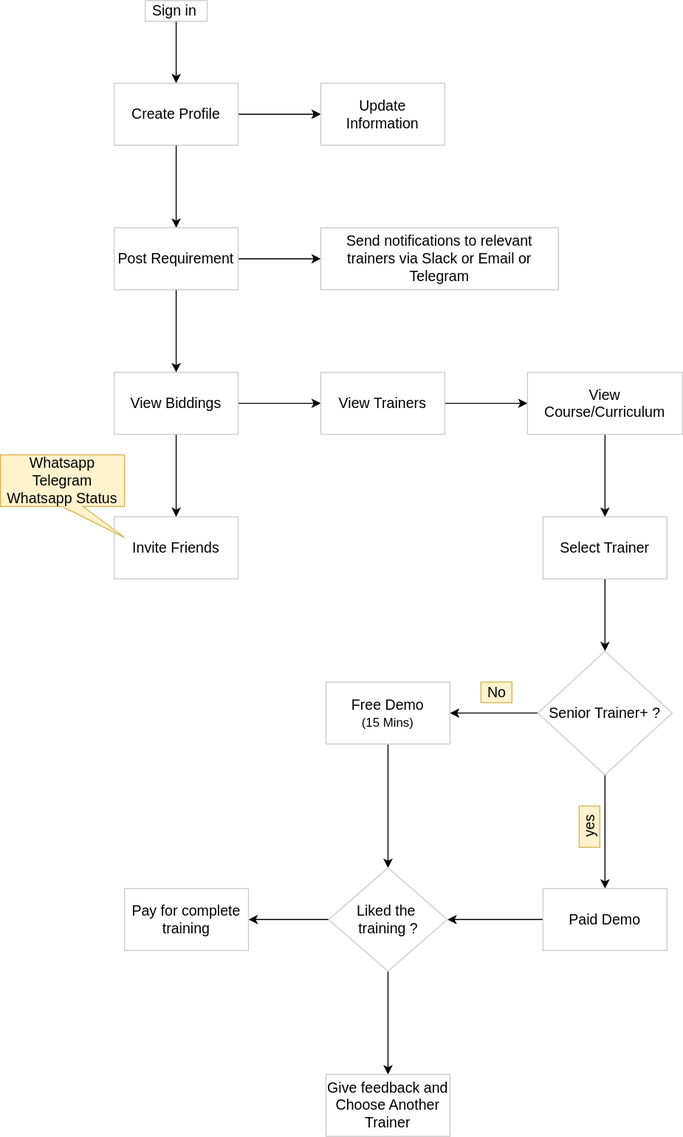
The draw.io diagram sample.drawio.svg in Arunideas/draw.io, before a commit. Source tidied: cells renumbered, new cells last; positions are measured from the earlier drawing's top-left corner, leaving out a move shared by most shapes.
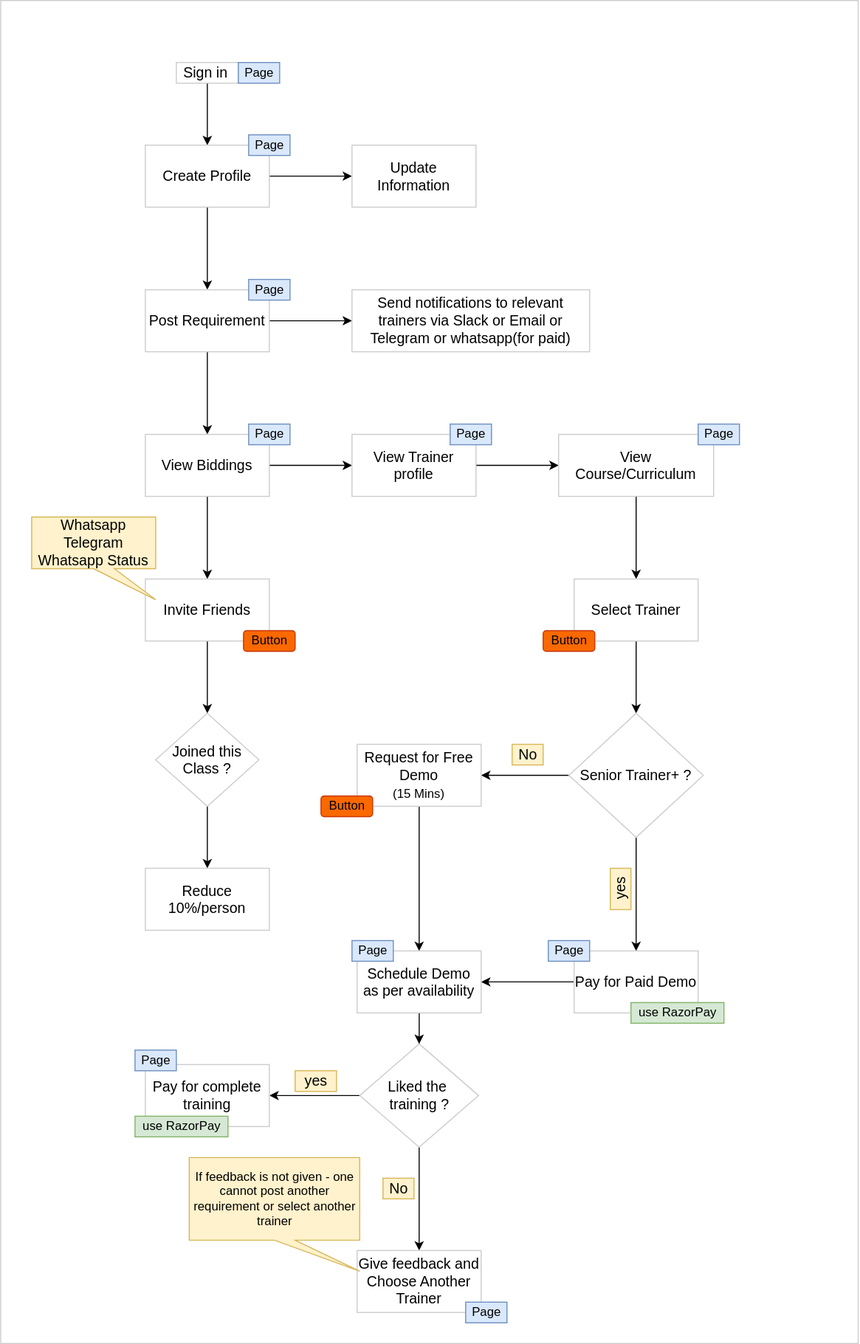
Later version of the same file.

What changed in the source:
```diff
@@ -2,6 +2,9 @@
   <root>
     <mxCell id="0" />
     <mxCell id="1" parent="0" />
+    <mxCell id="37" value="aas" style="rounded=0;whiteSpace=wrap;html=1;fontSize=12;strokeColor=#CCCCCC;noLabel=1;" parent="1" vertex="1">
+      <mxGeometry x="-30" y="-60" width="830" height="1300" as="geometry" />
+    </mxCell>
     <mxCell id="2" style="edgeStyle=orthogonalEdgeStyle;rounded=0;jettySize=auto;html=1;fontSize=14;" parent="1" edge="1" source="3" target="6">
       <mxGeometry relative="1" as="geometry" />
     </mxCell>
@@ -29,7 +32,7 @@
     <mxCell id="10" value="Update Information" style="whiteSpace=wrap;html=1;fontSize=14;fillColor=none;strokeColor=#CCCCCC;gradientColor=none;" parent="1" vertex="1">
       <mxGeometry x="310" y="80" width="120" height="60" as="geometry" />
     </mxCell>
-    <mxCell id="11" value="Send notifications to relevant trainers via Slack or Email or Telegram" style="whiteSpace=wrap;html=1;fontSize=14;fillColor=none;strokeColor=#CCCCCC;gradientColor=none;" parent="1" vertex="1">
+    <mxCell id="11" value="Send notifications to relevant trainers via Slack or Email or Telegram or whatsapp(for paid)" style="whiteSpace=wrap;html=1;fontSize=14;fillColor=none;strokeColor=#CCCCCC;gradientColor=none;" parent="1" vertex="1">
       <mxGeometry x="310" y="220" width="230" height="60" as="geometry" />
     </mxCell>
     <mxCell id="12" style="edgeStyle=orthogonalEdgeStyle;rounded=0;jettySize=auto;html=1;fontSize=14;" parent="1" edge="1" source="14" target="16">
@@ -44,7 +47,7 @@
     <mxCell id="15" style="edgeStyle=orthogonalEdgeStyle;rounded=0;jettySize=auto;html=1;fontSize=14;" parent="1" edge="1" source="16" target="18">
       <mxGeometry relative="1" as="geometry" />
     </mxCell>
-    <mxCell id="16" value="View Trainers" style="whiteSpace=wrap;html=1;fontSize=14;fillColor=none;strokeColor=#CCCCCC;gradientColor=none;" parent="1" vertex="1">
+    <mxCell id="16" value="View Trainer profile" style="whiteSpace=wrap;html=1;fontSize=14;fillColor=none;strokeColor=#CCCCCC;gradientColor=none;" parent="1" vertex="1">
       <mxGeometry x="310" y="360" width="120" height="60" as="geometry" />
     </mxCell>
     <mxCell id="17" style="edgeStyle=orthogonalEdgeStyle;rounded=0;jettySize=auto;html=1;fontSize=14;" parent="1" edge="1" source="18" target="20">
@@ -59,6 +62,9 @@
     <mxCell id="20" value="Select Trainer" style="whiteSpace=wrap;html=1;fontSize=14;fillColor=none;strokeColor=#CCCCCC;gradientColor=none;" parent="1" vertex="1">
       <mxGeometry x="525" y="500" width="120" height="60" as="geometry" />
     </mxCell>
+    <mxCell id="38" style="edgeStyle=orthogonalEdgeStyle;rounded=0;jettySize=auto;html=1;fontSize=12;" parent="1" edge="1" source="21" target="43">
+      <mxGeometry relative="1" as="geometry" />
+    </mxCell>
     <mxCell id="21" value="Invite Friends" style="whiteSpace=wrap;html=1;fontSize=14;fillColor=none;strokeColor=#CCCCCC;gradientColor=none;" parent="1" vertex="1">
       <mxGeometry x="110" y="500" width="120" height="60" as="geometry" />
     </mxCell>
@@ -74,19 +80,19 @@
     <mxCell id="25" value="Senior Trainer+ ?" style="rhombus;whiteSpace=wrap;html=1;fontSize=14;fillColor=none;strokeColor=#CCCCCC;gradientColor=none;" parent="1" vertex="1">
       <mxGeometry x="520" y="630" width="130" height="120" as="geometry" />
     </mxCell>
-    <mxCell id="26" style="edgeStyle=orthogonalEdgeStyle;rounded=0;jettySize=auto;html=1;fontSize=12;" parent="1" edge="1" source="27" target="34">
-      <mxGeometry relative="1" as="geometry" />
-    </mxCell>
+    <mxCell id="39" style="edgeStyle=orthogonalEdgeStyle;rounded=0;jettySize=auto;html=1;fontSize=12;" parent="1" edge="1" source="27" target="55">
+      <mxGeometry relative="1" as="geometry" />
+    </mxCell>
-    <mxCell id="27" value="Free Demo &lt;br&gt;&lt;font style=&quot;font-size: 12px;&quot;&gt;(15 Mins)&lt;/font&gt;" style="whiteSpace=wrap;html=1;fontSize=14;fillColor=none;strokeColor=#CCCCCC;gradientColor=none;" parent="1" vertex="1">
+    <mxCell id="27" value="Request for Free Demo &lt;br&gt;&lt;font style=&quot;font-size: 12px;&quot;&gt;(15 Mins)&lt;/font&gt;" style="whiteSpace=wrap;html=1;fontSize=14;fillColor=none;strokeColor=#CCCCCC;gradientColor=none;" parent="1" vertex="1">
       <mxGeometry x="315" y="660" width="120" height="60" as="geometry" />
     </mxCell>
     <mxCell id="28" value="No" style="text;html=1;align=center;verticalAlign=middle;strokeColor=#d6b656;fillColor=#fff2cc;fontSize=14;" parent="1" vertex="1">
       <mxGeometry x="465" y="660" width="30" height="20" as="geometry" />
     </mxCell>
-    <mxCell id="29" style="edgeStyle=orthogonalEdgeStyle;rounded=0;jettySize=auto;html=1;fontSize=12;" parent="1" edge="1" source="30" target="34">
-      <mxGeometry relative="1" as="geometry" />
-    </mxCell>
+    <mxCell id="40" style="edgeStyle=orthogonalEdgeStyle;rounded=0;jettySize=auto;html=1;entryX=1;entryY=0.5;entryDx=0;entryDy=0;fontSize=12;" parent="1" edge="1" source="30" target="55">
+      <mxGeometry relative="1" as="geometry" />
+    </mxCell>
-    <mxCell id="30" value="Paid Demo" style="whiteSpace=wrap;html=1;fontSize=14;fillColor=none;strokeColor=#CCCCCC;gradientColor=none;" parent="1" vertex="1">
+    <mxCell id="30" value="Pay for Paid Demo" style="whiteSpace=wrap;html=1;fontSize=14;fillColor=none;strokeColor=#CCCCCC;gradientColor=none;" parent="1" vertex="1">
       <mxGeometry x="525" y="860" width="120" height="60" as="geometry" />
     </mxCell>
     <mxCell id="31" value="yes" style="text;html=1;align=center;verticalAlign=middle;strokeColor=#d6b656;fillColor=#fff2cc;fontSize=14;rotation=-90;" parent="1" vertex="1">
@@ -99,13 +105,82 @@
       <mxGeometry relative="1" as="geometry" />
     </mxCell>
     <mxCell id="34" value="Liked the&amp;nbsp;&lt;br&gt;training ?" style="rhombus;whiteSpace=wrap;html=1;fontSize=14;fillColor=none;strokeColor=#CCCCCC;gradientColor=none;" parent="1" vertex="1">
-      <mxGeometry x="317.5" y="840" width="115" height="100" as="geometry" />
+      <mxGeometry x="317.5" y="950" width="115" height="100" as="geometry" />
     </mxCell>
     <mxCell id="35" value="Pay for complete training" style="whiteSpace=wrap;html=1;fontSize=14;fillColor=none;strokeColor=#CCCCCC;gradientColor=none;" parent="1" vertex="1">
-      <mxGeometry x="120" y="860" width="120" height="60" as="geometry" />
+      <mxGeometry x="110" y="970" width="120" height="60" as="geometry" />
     </mxCell>
     <mxCell id="36" value="Give feedback and Choose Another Trainer" style="whiteSpace=wrap;html=1;fontSize=14;fillColor=none;strokeColor=#CCCCCC;gradientColor=none;" parent="1" vertex="1">
-      <mxGeometry x="315" y="1040" width="120" height="60" as="geometry" />
+      <mxGeometry x="315" y="1150" width="120" height="60" as="geometry" />
     </mxCell>
+    <mxCell id="41" value="If feedback is not given - one cannot post another requirement or select another trainer" style="shape=callout;whiteSpace=wrap;html=1;perimeter=calloutPerimeter;fontSize=12;strokeColor=#d6b656;position2=1;fillColor=#fff2cc;" parent="1" vertex="1">
+      <mxGeometry x="152.5" y="1060" width="165" height="110" as="geometry" />
+    </mxCell>
+    <mxCell id="42" style="edgeStyle=orthogonalEdgeStyle;rounded=0;jettySize=auto;html=1;fontSize=12;" parent="1" edge="1" source="43" target="44">
+      <mxGeometry relative="1" as="geometry" />
+    </mxCell>
+    <mxCell id="43" value="Joined this Class ?" style="rhombus;whiteSpace=wrap;html=1;fontSize=14;fillColor=none;strokeColor=#CCCCCC;gradientColor=none;" parent="1" vertex="1">
+      <mxGeometry x="120" y="630" width="100" height="90" as="geometry" />
+    </mxCell>
+    <mxCell id="44" value="Reduce 10%/person" style="whiteSpace=wrap;html=1;fontSize=14;fillColor=none;strokeColor=#CCCCCC;gradientColor=none;" parent="1" vertex="1">
+      <mxGeometry x="110" y="780" width="120" height="60" as="geometry" />
+    </mxCell>
+    <mxCell id="45" value="Page" style="text;html=1;align=center;verticalAlign=middle;strokeColor=#6c8ebf;fillColor=#dae8fc;fontSize=12;" parent="1" vertex="1">
+      <mxGeometry x="210" y="350" width="40" height="20" as="geometry" />
+    </mxCell>
+    <mxCell id="46" value="Page" style="text;html=1;align=center;verticalAlign=middle;strokeColor=#6c8ebf;fillColor=#dae8fc;fontSize=12;" parent="1" vertex="1">
+      <mxGeometry x="210" y="210" width="40" height="20" as="geometry" />
+    </mxCell>
+    <mxCell id="47" value="Page" style="text;html=1;align=center;verticalAlign=middle;strokeColor=#6c8ebf;fillColor=#dae8fc;fontSize=12;" parent="1" vertex="1">
+      <mxGeometry x="210" y="70" width="40" height="20" as="geometry" />
+    </mxCell>
+    <mxCell id="48" value="Page" style="text;html=1;align=center;verticalAlign=middle;strokeColor=#6c8ebf;fillColor=#dae8fc;fontSize=12;" parent="1" vertex="1">
+      <mxGeometry x="200" width="40" height="20" as="geometry" />
+    </mxCell>
+    <mxCell id="49" value="Page" style="text;html=1;align=center;verticalAlign=middle;strokeColor=#6c8ebf;fillColor=#dae8fc;fontSize=12;" parent="1" vertex="1">
+      <mxGeometry x="645" y="350" width="40" height="20" as="geometry" />
+    </mxCell>
+    <mxCell id="50" value="Page" style="text;html=1;align=center;verticalAlign=middle;strokeColor=#6c8ebf;fillColor=#dae8fc;fontSize=12;" parent="1" vertex="1">
+      <mxGeometry x="405" y="350" width="40" height="20" as="geometry" />
+    </mxCell>
+    <mxCell id="51" value="Button" style="text;html=1;align=center;verticalAlign=middle;strokeColor=#C73500;fillColor=#fa6800;fontSize=12;rounded=1;fontColor=#000000;" parent="1" vertex="1">
+      <mxGeometry x="495" y="550" width="50" height="20" as="geometry" />
+    </mxCell>
+    <mxCell id="52" value="Button" style="text;html=1;align=center;verticalAlign=middle;strokeColor=#C73500;fillColor=#fa6800;fontSize=12;rounded=1;fontColor=#000000;" parent="1" vertex="1">
+      <mxGeometry x="205" y="550" width="50" height="20" as="geometry" />
+    </mxCell>
+    <mxCell id="53" value="Button" style="text;html=1;align=center;verticalAlign=middle;strokeColor=#C73500;fillColor=#fa6800;fontSize=12;rounded=1;fontColor=#000000;" parent="1" vertex="1">
+      <mxGeometry x="280" y="710" width="50" height="20" as="geometry" />
+    </mxCell>
+    <mxCell id="54" style="edgeStyle=orthogonalEdgeStyle;rounded=0;jettySize=auto;html=1;entryX=0.5;entryY=0;entryDx=0;entryDy=0;fontSize=12;" parent="1" edge="1" source="55" target="34">
+      <mxGeometry relative="1" as="geometry" />
+    </mxCell>
+    <mxCell id="55" value="Schedule Demo as per availability" style="whiteSpace=wrap;html=1;fontSize=14;fillColor=none;strokeColor=#CCCCCC;gradientColor=none;" parent="1" vertex="1">
+      <mxGeometry x="315" y="860" width="120" height="60" as="geometry" />
+    </mxCell>
+    <mxCell id="56" value="Page" style="text;html=1;align=center;verticalAlign=middle;strokeColor=#6c8ebf;fillColor=#dae8fc;fontSize=12;" parent="1" vertex="1">
+      <mxGeometry x="310" y="850" width="40" height="20" as="geometry" />
+    </mxCell>
+    <mxCell id="57" value="Page" style="text;html=1;align=center;verticalAlign=middle;strokeColor=#6c8ebf;fillColor=#dae8fc;fontSize=12;" parent="1" vertex="1">
+      <mxGeometry x="500" y="850" width="40" height="20" as="geometry" />
+    </mxCell>
+    <mxCell id="58" value="use RazorPay" style="text;html=1;align=center;verticalAlign=middle;strokeColor=#82b366;fillColor=#d5e8d4;fontSize=12;" parent="1" vertex="1">
+      <mxGeometry x="580" y="910" width="90" height="20" as="geometry" />
+    </mxCell>
+    <mxCell id="59" value="No" style="text;html=1;align=center;verticalAlign=middle;strokeColor=#d6b656;fillColor=#fff2cc;fontSize=14;" parent="1" vertex="1">
+      <mxGeometry x="340" y="1080" width="30" height="20" as="geometry" />
+    </mxCell>
+    <mxCell id="60" value="yes" style="text;html=1;align=center;verticalAlign=middle;strokeColor=#d6b656;fillColor=#fff2cc;fontSize=14;rotation=0;" parent="1" vertex="1">
+      <mxGeometry x="255" y="976" width="40" height="20" as="geometry" />
+    </mxCell>
+    <mxCell id="61" value="Page" style="text;html=1;align=center;verticalAlign=middle;strokeColor=#6c8ebf;fillColor=#dae8fc;fontSize=12;" parent="1" vertex="1">
+      <mxGeometry x="420" y="1200" width="40" height="20" as="geometry" />
+    </mxCell>
+    <mxCell id="62" value="use RazorPay" style="text;html=1;align=center;verticalAlign=middle;strokeColor=#82b366;fillColor=#d5e8d4;fontSize=12;" parent="1" vertex="1">
+      <mxGeometry x="100" y="1020" width="90" height="20" as="geometry" />
+    </mxCell>
+    <mxCell id="63" value="Page" style="text;html=1;align=center;verticalAlign=middle;strokeColor=#6c8ebf;fillColor=#dae8fc;fontSize=12;" parent="1" vertex="1">
+      <mxGeometry x="100" y="956" width="40" height="20" as="geometry" />
+    </mxCell>
   </root>
 </mxGraphModel>
```
